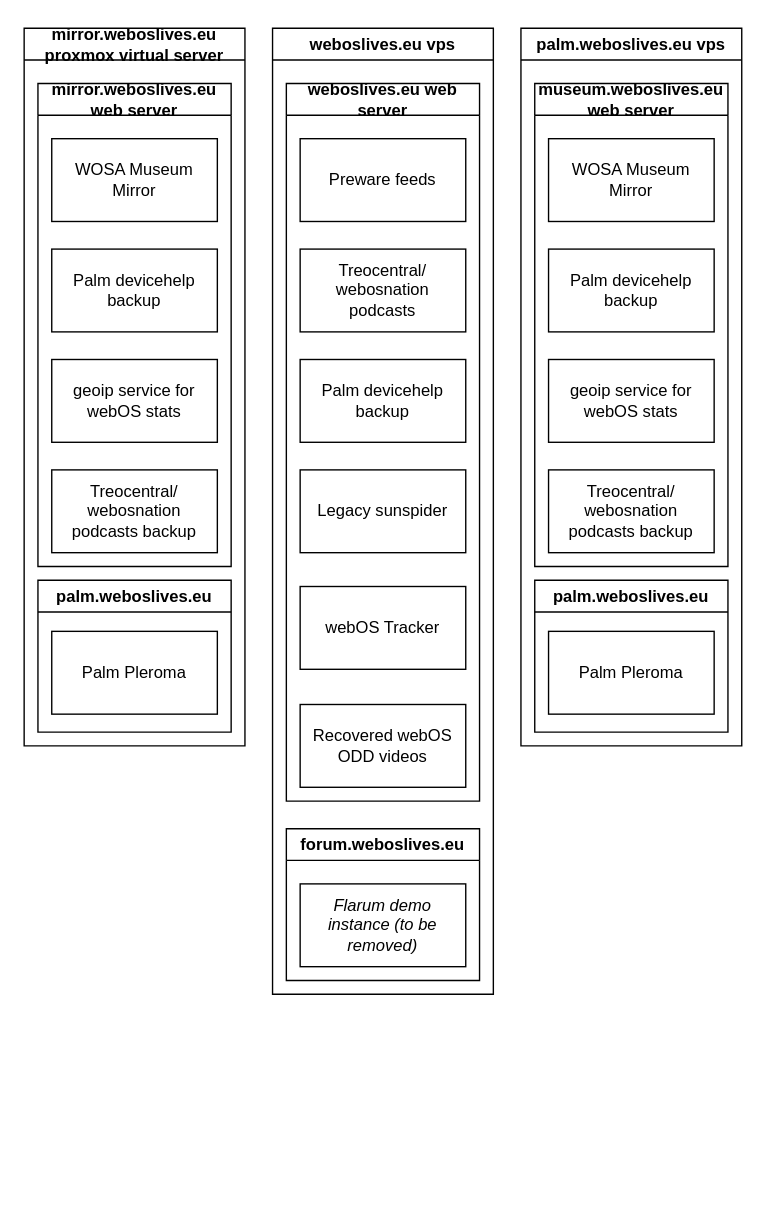
The draw.io diagram Legacy webOS Services.drawio in h8pewou/legacy_webos, before the edit. Source tidied: cells renumbered, new cells numbered last; positions are measured from the earlier drawing's top-left corner, leaving out a move shared by most shapes. Both pictures are drawn from the tidied source at 138%, with x=0, y=0 at pixel (23, 28).
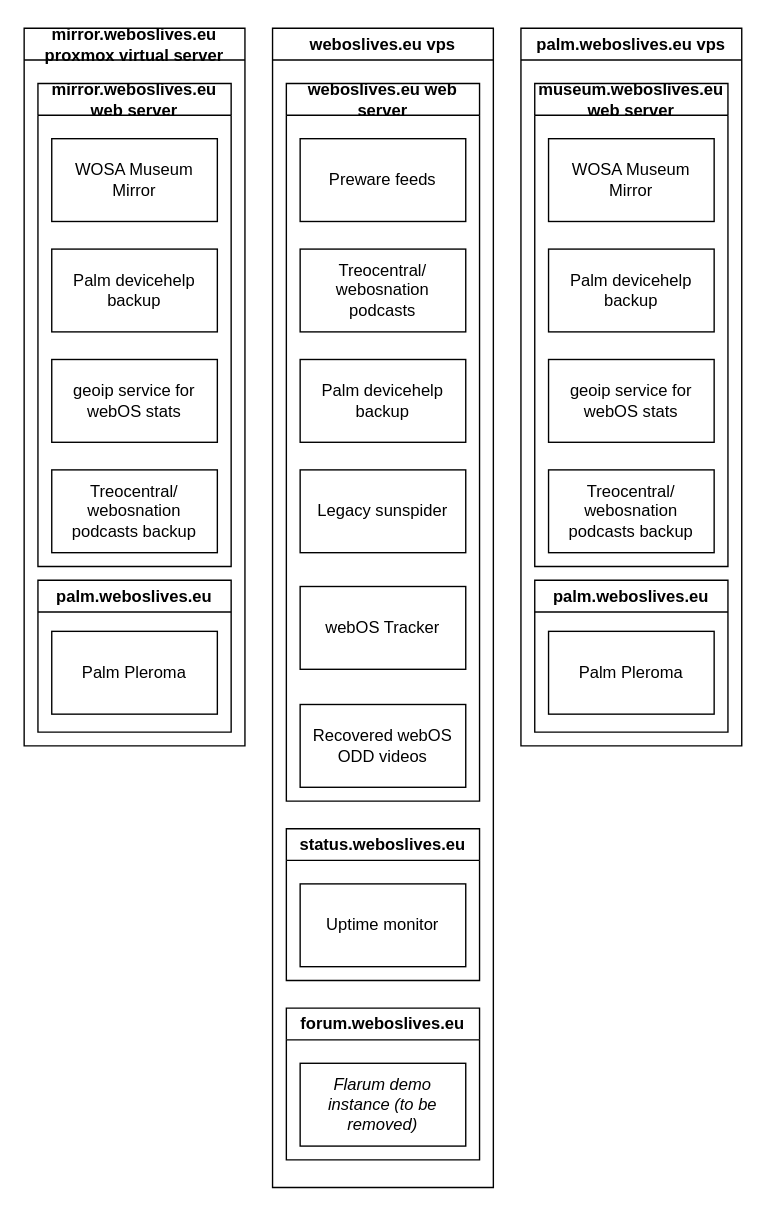
The same diagram, later.

The edit, as a diff of the source:
```diff
@@
     <mxCell id="2" value="weboslives.eu vps" style="swimlane;whiteSpace=wrap;html=1;" parent="1" vertex="1">
-      <mxGeometry x="180" width="160" height="700" as="geometry" />
+      <mxGeometry x="180" width="160" height="840" as="geometry" />
     </mxCell>
@@
-    <mxCell id="10" value="forum.weboslives.eu" style="swimlane;whiteSpace=wrap;html=1;" parent="2" vertex="1">
+    <mxCell id="10" value="status.weboslives.eu" style="swimlane;whiteSpace=wrap;html=1;" parent="2" vertex="1">
       <mxGeometry x="10" y="580" width="140" height="110" as="geometry" />
     </mxCell>
-    <mxCell id="11" value="Flarum demo instance (to be removed)" style="rounded=0;whiteSpace=wrap;html=1;fontStyle=2;" parent="10" vertex="1">
+    <mxCell id="11" value="&lt;span style=&quot;font-style: normal;&quot;&gt;Uptime monitor&lt;/span&gt;" style="rounded=0;whiteSpace=wrap;html=1;fontStyle=2;" parent="10" vertex="1">
       <mxGeometry x="10" y="40" width="120" height="60" as="geometry" />
     </mxCell>
+    <mxCell id="28" value="forum.weboslives.eu" style="swimlane;whiteSpace=wrap;html=1;" parent="2" vertex="1">
+      <mxGeometry x="10" y="710" width="140" height="110" as="geometry" />
+    </mxCell>
+    <mxCell id="29" value="Flarum demo instance (to be removed)" style="rounded=0;whiteSpace=wrap;html=1;fontStyle=2;" parent="28" vertex="1">
+      <mxGeometry x="10" y="40" width="120" height="60" as="geometry" />
+    </mxCell>
```
